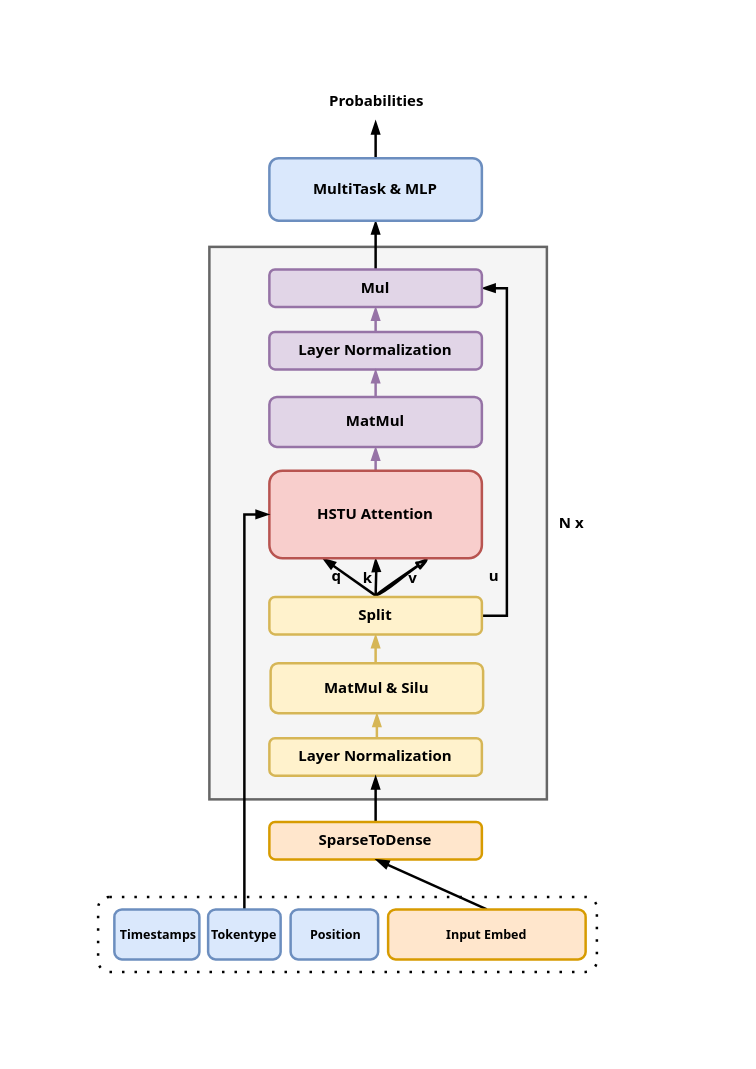
Above: HSTU.drawio in JackHsiung/totoro (draw.io), before the change. Source tidied: cells renumbered, new cells numbered last; positions are measured from the earlier drawing's top-left corner, leaving out a move shared by most shapes. Both pictures are drawn from the tidied source at 125%, with x=0, y=0 at pixel (98, 82).
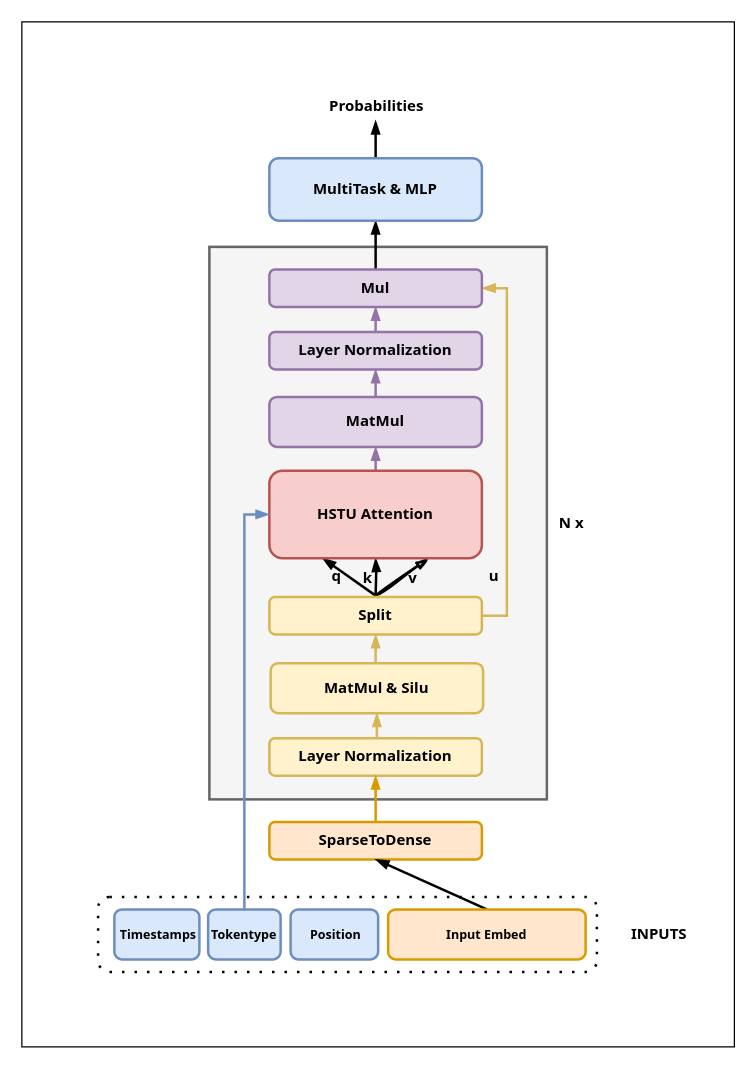
The same page after the edit.

The change refers to these unchanged cells:
```xml
<mxCell id="5" value="&lt;b&gt;Layer&amp;nbsp;Normalization&lt;/b&gt;" style="rounded=1;whiteSpace=wrap;html=1;hachureGap=4;fontFamily=Tahoma;strokeWidth=2;fillColor=#fff2cc;strokeColor=#d6b656;" parent="1" vertex="1">
  <mxGeometry x="137" y="524" width="170" height="30" as="geometry" />
</mxCell>
<mxCell id="12" value="&lt;b&gt;Split&lt;/b&gt;" style="rounded=1;whiteSpace=wrap;html=1;hachureGap=4;fontFamily=Tahoma;strokeWidth=2;fillColor=#fff2cc;strokeColor=#d6b656;" parent="1" vertex="1">
  <mxGeometry x="137" y="411" width="170" height="30" as="geometry" />
</mxCell>
<mxCell id="14" value="&lt;b&gt;HSTU Attention&lt;/b&gt;" style="rounded=1;whiteSpace=wrap;html=1;hachureGap=4;fontFamily=Tahoma;strokeWidth=2;fillColor=#f8cecc;strokeColor=#b85450;" parent="1" vertex="1">
  <mxGeometry x="137" y="310" width="170" height="70" as="geometry" />
</mxCell>
<mxCell id="18" value="&lt;b&gt;Mul&lt;/b&gt;" style="rounded=1;whiteSpace=wrap;html=1;hachureGap=4;fontFamily=Tahoma;strokeWidth=2;fillColor=#e1d5e7;strokeColor=#9673a6;" parent="1" vertex="1">
  <mxGeometry x="137" y="149" width="170" height="30" as="geometry" />
</mxCell>
<mxCell id="26" value="&lt;b&gt;SparseToDense&lt;/b&gt;" style="rounded=1;whiteSpace=wrap;html=1;hachureGap=4;fontFamily=Tahoma;strokeWidth=2;fillColor=#ffe6cc;strokeColor=#d79b00;" parent="1" vertex="1">
  <mxGeometry x="137" y="591" width="170" height="30" as="geometry" />
</mxCell>
<mxCell id="33" value="&lt;b&gt;&lt;font style=&quot;font-size: 10px;&quot;&gt;Tokentype&lt;/font&gt;&lt;/b&gt;" style="rounded=1;whiteSpace=wrap;html=1;hachureGap=4;fontFamily=Tahoma;strokeWidth=2;fillColor=#dae8fc;strokeColor=#6c8ebf;" parent="1" vertex="1">
  <mxGeometry x="88" y="661" width="58" height="40" as="geometry" />
</mxCell>
```

Change to the diagram source:
```diff
@@
+    <mxCell id="37" style="rounded=0;whiteSpace=wrap;html=1;hachureGap=4;fontFamily=Architects Daughter;" parent="1" vertex="1">
+      <mxGeometry x="-61" y="-49" width="570" height="820" as="geometry" />
+    </mxCell>
@@
-    <mxCell id="11" style="edgeStyle=orthogonalEdgeStyle;rounded=0;hachureGap=4;jettySize=auto;html=1;exitX=1;exitY=0.5;exitDx=0;exitDy=0;entryX=1;entryY=0.5;entryDx=0;entryDy=0;fontFamily=Architects Daughter;strokeWidth=2;endArrow=blockThin;endFill=1;" parent="1" edge="1" source="12" target="18">
+    <mxCell id="11" style="edgeStyle=orthogonalEdgeStyle;rounded=0;hachureGap=4;jettySize=auto;html=1;exitX=1;exitY=0.5;exitDx=0;exitDy=0;entryX=1;entryY=0.5;entryDx=0;entryDy=0;fontFamily=Architects Daughter;strokeWidth=2;endArrow=blockThin;endFill=1;fillColor=#fff2cc;strokeColor=#d6b656;" parent="1" edge="1" source="12" target="18">
       <mxGeometry relative="1" as="geometry" />
     </mxCell>
@@
-    <mxCell id="25" style="edgeStyle=orthogonalEdgeStyle;rounded=0;hachureGap=4;jettySize=auto;html=1;exitX=0.5;exitY=0;exitDx=0;exitDy=0;fontFamily=Architects Daughter;strokeWidth=2;endArrow=blockThin;endFill=1;" parent="1" edge="1" source="26" target="5">
+    <mxCell id="25" style="edgeStyle=orthogonalEdgeStyle;rounded=0;hachureGap=4;jettySize=auto;html=1;exitX=0.5;exitY=0;exitDx=0;exitDy=0;fontFamily=Architects Daughter;strokeWidth=2;endArrow=blockThin;endFill=1;fillColor=#ffe6cc;strokeColor=#d79b00;" parent="1" edge="1" source="26" target="5">
       <mxGeometry relative="1" as="geometry" />
     </mxCell>
@@
     <mxCell id="28" value="&lt;font face=&quot;Tahoma&quot;&gt;Probabilities&lt;/font&gt;" style="text;html=1;align=center;verticalAlign=middle;whiteSpace=wrap;rounded=0;fontFamily=Architects Daughter;fontStyle=1;" parent="1" vertex="1">
-      <mxGeometry x="193" width="60" height="30" as="geometry" />
+      <mxGeometry x="193" y="4" width="60" height="30" as="geometry" />
     </mxCell>
@@
-    <mxCell id="32" style="edgeStyle=orthogonalEdgeStyle;rounded=0;hachureGap=4;jettySize=auto;html=1;exitX=0.5;exitY=0;exitDx=0;exitDy=0;entryX=0;entryY=0.5;entryDx=0;entryDy=0;fontFamily=Architects Daughter;strokeWidth=2;endArrow=blockThin;endFill=1;" parent="1" edge="1" source="33" target="14">
+    <mxCell id="32" style="edgeStyle=orthogonalEdgeStyle;rounded=0;hachureGap=4;jettySize=auto;html=1;exitX=0.5;exitY=0;exitDx=0;exitDy=0;entryX=0;entryY=0.5;entryDx=0;entryDy=0;fontFamily=Architects Daughter;strokeWidth=2;endArrow=blockThin;endFill=1;fillColor=#dae8fc;strokeColor=#6c8ebf;" parent="1" edge="1" source="33" target="14">
       <mxGeometry relative="1" as="geometry" />
     </mxCell>
@@
+    <mxCell id="38" value="INPUTS" style="text;html=1;align=center;verticalAlign=middle;whiteSpace=wrap;rounded=0;fontFamily=Tahoma;strokeWidth=2;fontStyle=1;" parent="1" vertex="1">
+      <mxGeometry x="419" y="666" width="60" height="30" as="geometry" />
+    </mxCell>
```
